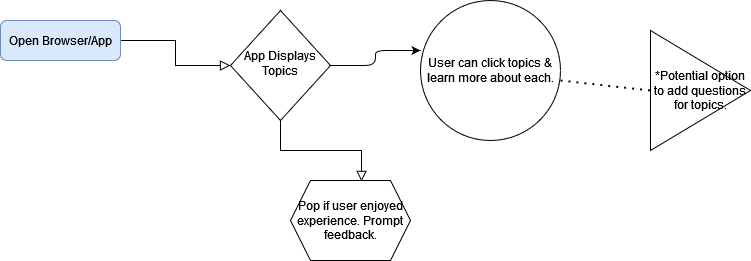
This is FlowChart Diagram.drawio.png from Mnotice/Topic-Viewer, a draw.io export, as it was before one commit. Source tidied: cells renumbered, new cells last; positions are measured from the earlier drawing's top-left corner, leaving out a move shared by most shapes.
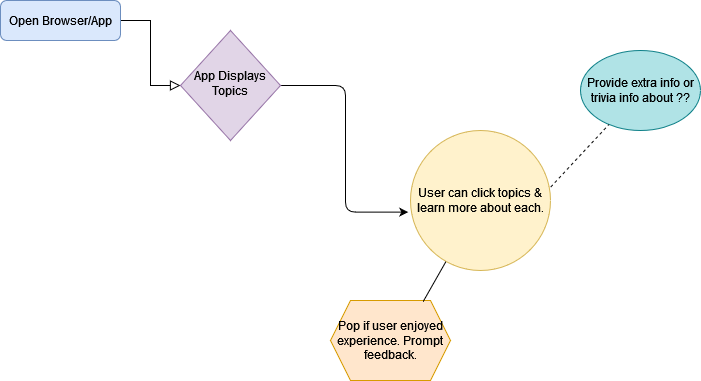
Above is the later version.

Change to the diagram source:
```diff
@@ -8,30 +8,26 @@
     <mxCell id="3" value="Open Browser/App" style="rounded=1;whiteSpace=wrap;html=1;fontSize=12;glass=0;strokeWidth=1;shadow=0;fillColor=#dae8fc;strokeColor=#6c8ebf;" parent="1" vertex="1">
       <mxGeometry y="20" width="120" height="40" as="geometry" />
     </mxCell>
-    <mxCell id="4" style="rounded=0;html=1;jettySize=auto;fontSize=11;endArrow=block;endFill=0;endSize=8;strokeWidth=1;shadow=0;labelBackgroundColor=none;edgeStyle=orthogonalEdgeStyle;entryX=0.592;entryY=0.011;entryDx=0;entryDy=0;entryPerimeter=0;" parent="1" edge="1" source="6" target="10">
-      <mxGeometry y="20" relative="1" as="geometry" />
-    </mxCell>
-    <mxCell id="5" style="edgeStyle=orthogonalEdgeStyle;rounded=1;jettySize=auto;html=1;exitX=1;exitY=0.5;exitDx=0;exitDy=0;" parent="1" edge="1" source="6">
-      <mxGeometry relative="1" as="geometry">
-        <mxPoint x="420" y="50" as="targetPoint" />
-      </mxGeometry>
+    <mxCell id="5" style="edgeStyle=orthogonalEdgeStyle;rounded=1;jettySize=auto;html=1;exitX=1;exitY=0.5;exitDx=0;exitDy=0;entryX=-0.016;entryY=0.583;entryDx=0;entryDy=0;entryPerimeter=0;" parent="1" edge="1" source="6" target="7">
+      <mxGeometry relative="1" as="geometry" />
     </mxCell>
-    <mxCell id="6" value="App Displays Topics" style="rhombus;whiteSpace=wrap;html=1;shadow=0;fontFamily=Helvetica;fontSize=12;align=center;strokeWidth=1;spacing=6;spacingTop=-4;" parent="1" vertex="1">
-      <mxGeometry x="230" y="10" width="100" height="110" as="geometry" />
+    <mxCell id="6" value="App Displays Topics" style="rhombus;whiteSpace=wrap;html=1;shadow=0;fontFamily=Helvetica;fontSize=12;align=center;strokeWidth=1;spacing=6;spacingTop=-4;fillColor=#e1d5e7;strokeColor=#9673a6;" parent="1" vertex="1">
+      <mxGeometry x="180" y="50" width="100" height="110" as="geometry" />
     </mxCell>
-    <mxCell id="7" value="User can click topics &amp;amp; learn more about each." style="ellipse;whiteSpace=wrap;html=1;" parent="1" vertex="1">
-      <mxGeometry x="420" width="140" height="140" as="geometry" />
+    <mxCell id="7" value="User can click topics &amp;amp; learn more about each." style="ellipse;whiteSpace=wrap;html=1;fillColor=#fff2cc;strokeColor=#d6b656;" parent="1" vertex="1">
+      <mxGeometry x="410" y="150" width="140" height="140" as="geometry" />
     </mxCell>
-    <mxCell id="8" value="*Potential option to add questions for topics." style="triangle;whiteSpace=wrap;html=1;" parent="1" vertex="1">
-      <mxGeometry x="650" y="30" width="100" height="120" as="geometry" />
-    </mxCell>
-    <mxCell id="9" style="endArrow=none;dashed=1;html=1;dashPattern=1 3;strokeWidth=2;rounded=0;entryX=0;entryY=0.5;entryDx=0;entryDy=0;" parent="1" edge="1" target="8">
-      <mxGeometry relative="1" as="geometry">
-        <mxPoint x="560" y="80" as="sourcePoint" />
-      </mxGeometry>
-    </mxCell>
-    <mxCell id="10" value="Pop if user enjoyed experience. Prompt feedback." style="shape=hexagon;perimeter=hexagonPerimeter2;whiteSpace=wrap;html=1;fixedSize=1;" parent="1" vertex="1">
-      <mxGeometry x="290" y="180" width="120" height="80" as="geometry" />
+    <mxCell id="10" value="Pop if user enjoyed experience. Prompt feedback." style="shape=hexagon;perimeter=hexagonPerimeter2;whiteSpace=wrap;html=1;fixedSize=1;fillColor=#ffe6cc;strokeColor=#d79b00;" parent="1" vertex="1">
+      <mxGeometry x="330" y="320" width="120" height="80" as="geometry" />
     </mxCell>
+    <mxCell id="11" style="endArrow=none;html=1;rounded=0;entryX=0.771;entryY=0.017;entryDx=0;entryDy=0;entryPerimeter=0;" parent="1" edge="1" source="7" target="10">
+      <mxGeometry relative="1" as="geometry" />
+    </mxCell>
+    <mxCell id="12" value="Provide extra info or trivia info about ??" style="ellipse;whiteSpace=wrap;html=1;fillColor=#b0e3e6;strokeColor=#0e8088;" parent="1" vertex="1">
+      <mxGeometry x="580" y="70" width="120" height="80" as="geometry" />
+    </mxCell>
+    <mxCell id="13" style="endArrow=none;dashed=1;html=1;rounded=0;exitX=1.001;exitY=0.404;exitDx=0;exitDy=0;exitPerimeter=0;" parent="1" edge="1" source="7" target="12">
+      <mxGeometry relative="1" as="geometry" />
+    </mxCell>
   </root>
 </mxGraphModel>
```
